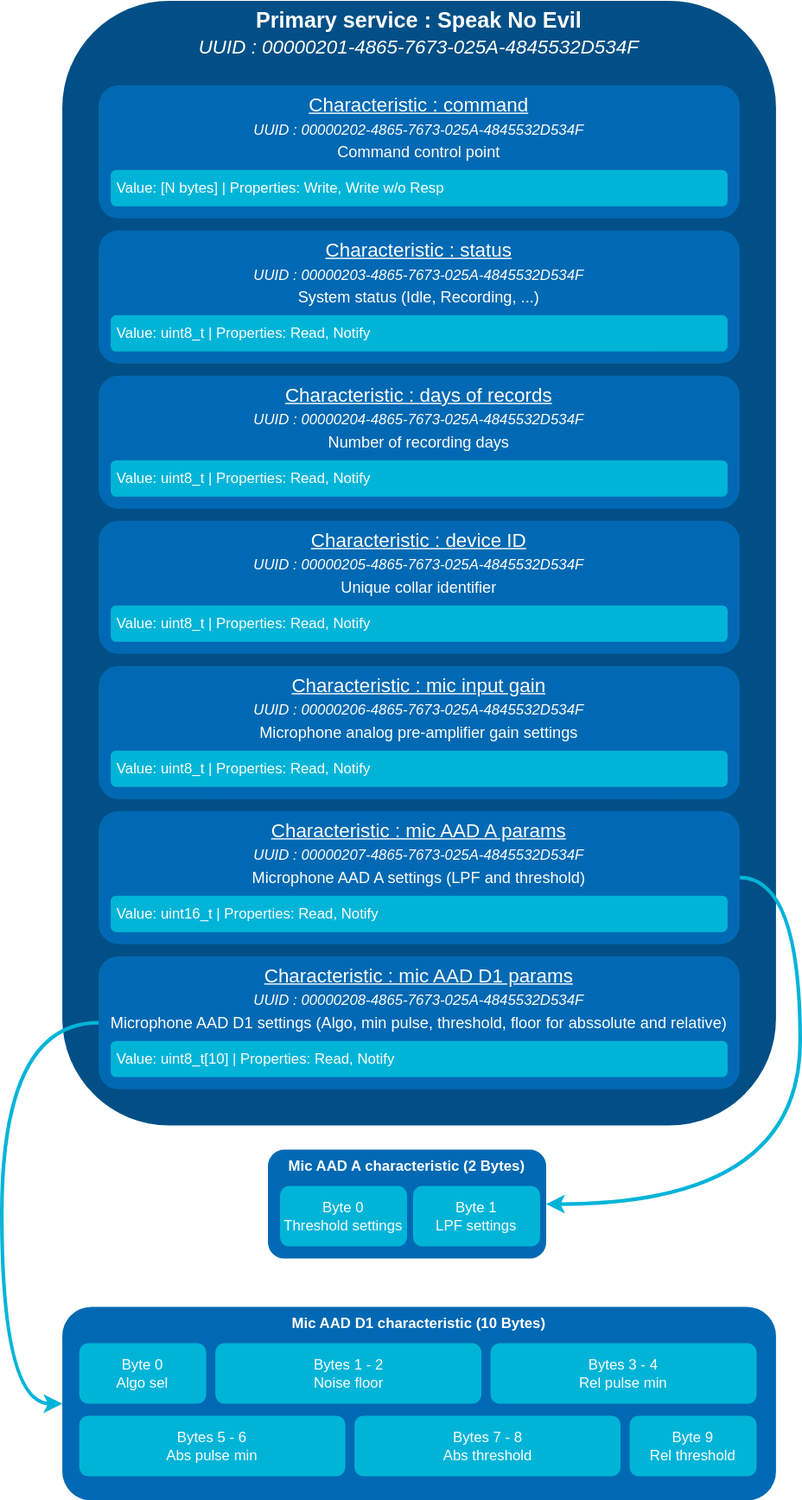
This is 01-Report/diagram/snes.drawio.svg from DrinkDark/Master_TM_DataCollar, a draw.io export, as it was before one commit. Source tidied: cells renumbered, new cells last; positions are measured from the earlier drawing's top-left corner, leaving out a move shared by most shapes. The source it was exported from:
```xml
<mxGraphModel>
  <root>
    <mxCell id="0" />
    <mxCell id="1" parent="0" />
    <mxCell id="2" value="&lt;font color=&quot;#ffffff&quot;&gt;&lt;font style=&quot;font-size: 18px;&quot;&gt;&lt;b&gt;Primary service : Speak No Evil&lt;/b&gt;&lt;/font&gt;&lt;br&gt;&lt;i&gt;UUID :&amp;nbsp;00000201-4865-7673-025A-4845532D534F&lt;/i&gt;&lt;/font&gt;" style="rounded=1;whiteSpace=wrap;html=1;horizontal=1;verticalAlign=top;fontSize=16;strokeColor=none;fillColor=#014F86;" parent="1" vertex="1">
      <mxGeometry x="50" width="590" height="930" as="geometry" />
    </mxCell>
    <mxCell id="3" value="&lt;font color=&quot;#ffffff&quot;&gt;&lt;u&gt;C&lt;/u&gt;&lt;/font&gt;&lt;u style=&quot;color: rgb(255, 255, 255);&quot;&gt;haracteristic : c&lt;/u&gt;&lt;font color=&quot;#ffffff&quot;&gt;&lt;u&gt;ommand&lt;/u&gt;&lt;br&gt;&lt;i&gt;&lt;font style=&quot;font-size: 12px;&quot;&gt;UUID :&amp;nbsp;00000202-4865-7673-025A-4845532D534F&lt;/font&gt;&lt;/i&gt;&lt;u&gt;&lt;br&gt;&lt;/u&gt;&lt;/font&gt;&lt;div style=&quot;&quot;&gt;&lt;font color=&quot;#ffffff&quot; style=&quot;font-size: 13px;&quot;&gt;Command control point&lt;/font&gt;&lt;br&gt;&lt;/div&gt;" style="rounded=1;whiteSpace=wrap;html=1;verticalAlign=top;fontSize=16;strokeColor=none;fillColor=#0169B3;gradientColor=none;" parent="1" vertex="1">
      <mxGeometry x="80" y="70" width="530" height="110" as="geometry" />
    </mxCell>
    <mxCell id="4" value="&lt;span style=&quot;&quot;&gt;&lt;font color=&quot;#ffffff&quot;&gt;&amp;nbsp;Value: [N bytes] | Properties: Write, Write w/o Resp&lt;/font&gt;&lt;/span&gt;" style="rounded=1;whiteSpace=wrap;html=1;align=left;strokeColor=none;fillColor=#00b4d8;" parent="1" vertex="1">
      <mxGeometry x="90" y="140" width="510" height="30" as="geometry" />
    </mxCell>
    <mxCell id="5" value="&lt;font color=&quot;#ffffff&quot;&gt;&lt;u&gt;C&lt;/u&gt;&lt;/font&gt;&lt;u style=&quot;color: rgb(255, 255, 255);&quot;&gt;haracteristic :&amp;nbsp;s&lt;/u&gt;&lt;font color=&quot;#ffffff&quot;&gt;&lt;u&gt;tatus&lt;/u&gt;&lt;br&gt;&lt;i&gt;&lt;font style=&quot;font-size: 12px;&quot;&gt;UUID :&amp;nbsp;00000203-4865-7673-025A-4845532D534F&lt;/font&gt;&lt;/i&gt;&lt;u&gt;&lt;br&gt;&lt;/u&gt;&lt;/font&gt;&lt;div style=&quot;&quot;&gt;&lt;font color=&quot;#ffffff&quot; style=&quot;font-size: 13px;&quot;&gt;System status (Idle, Recording, ...)&lt;/font&gt;&lt;br&gt;&lt;/div&gt;" style="rounded=1;whiteSpace=wrap;html=1;verticalAlign=top;fontSize=16;strokeColor=none;fillColor=#0169B3;gradientColor=none;" parent="1" vertex="1">
      <mxGeometry x="80" y="190" width="530" height="110" as="geometry" />
    </mxCell>
    <mxCell id="6" value="&lt;font color=&quot;#ffffff&quot;&gt;&amp;nbsp;Value: uint8_t | Properties: Read, Notify&lt;/font&gt;" style="rounded=1;whiteSpace=wrap;html=1;align=left;strokeColor=none;fillColor=#00b4d8;" parent="1" vertex="1">
      <mxGeometry x="90" y="260" width="510" height="30" as="geometry" />
    </mxCell>
    <mxCell id="7" value="&lt;font color=&quot;#ffffff&quot;&gt;&lt;u&gt;C&lt;/u&gt;&lt;/font&gt;&lt;u style=&quot;color: rgb(255, 255, 255);&quot;&gt;haracteristic :&amp;nbsp;&lt;/u&gt;&lt;font color=&quot;#ffffff&quot;&gt;&lt;u&gt;days of records&lt;/u&gt;&lt;br&gt;&lt;i&gt;&lt;font style=&quot;font-size: 12px;&quot;&gt;UUID :&amp;nbsp;00000204-4865-7673-025A-4845532D534F&lt;/font&gt;&lt;/i&gt;&lt;u&gt;&lt;br&gt;&lt;/u&gt;&lt;/font&gt;&lt;div style=&quot;&quot;&gt;&lt;font color=&quot;#ffffff&quot;&gt;&lt;span style=&quot;font-size: 13px;&quot;&gt;Number of recording days&lt;/span&gt;&lt;/font&gt;&lt;/div&gt;" style="rounded=1;whiteSpace=wrap;html=1;verticalAlign=top;fontSize=16;strokeColor=none;fillColor=#0169B3;gradientColor=none;" parent="1" vertex="1">
      <mxGeometry x="80" y="310" width="530" height="110" as="geometry" />
    </mxCell>
    <mxCell id="8" value="&lt;font color=&quot;#ffffff&quot;&gt;&amp;nbsp;Value: uint8_t | Properties: Read, Notify&lt;/font&gt;" style="rounded=1;whiteSpace=wrap;html=1;align=left;strokeColor=none;fillColor=#00b4d8;" parent="1" vertex="1">
      <mxGeometry x="90" y="380" width="510" height="30" as="geometry" />
    </mxCell>
    <mxCell id="9" value="&lt;font color=&quot;#ffffff&quot;&gt;&lt;u&gt;C&lt;/u&gt;&lt;/font&gt;&lt;u style=&quot;color: rgb(255, 255, 255);&quot;&gt;haracteristic :&amp;nbsp;device ID&lt;/u&gt;&lt;font color=&quot;#ffffff&quot;&gt;&lt;br&gt;&lt;i&gt;&lt;font style=&quot;font-size: 12px;&quot;&gt;UUID :&amp;nbsp;00000205-4865-7673-025A-4845532D534F&lt;/font&gt;&lt;/i&gt;&lt;u&gt;&lt;br&gt;&lt;/u&gt;&lt;/font&gt;&lt;div style=&quot;&quot;&gt;&lt;font color=&quot;#ffffff&quot; style=&quot;font-size: 13px;&quot;&gt;Unique collar identifier&lt;/font&gt;&lt;br&gt;&lt;/div&gt;" style="rounded=1;whiteSpace=wrap;html=1;verticalAlign=top;fontSize=16;strokeColor=none;fillColor=#0169B3;gradientColor=none;" parent="1" vertex="1">
      <mxGeometry x="80" y="430" width="530" height="110" as="geometry" />
    </mxCell>
    <mxCell id="10" value="&lt;font color=&quot;#ffffff&quot;&gt;&amp;nbsp;Value: uint8_t | Properties: Read, Notify&lt;/font&gt;" style="rounded=1;whiteSpace=wrap;html=1;align=left;strokeColor=none;fillColor=#00b4d8;" parent="1" vertex="1">
      <mxGeometry x="90" y="500" width="510" height="30" as="geometry" />
    </mxCell>
    <mxCell id="11" value="&lt;font color=&quot;#ffffff&quot;&gt;&lt;u&gt;C&lt;/u&gt;&lt;/font&gt;&lt;u style=&quot;color: rgb(255, 255, 255);&quot;&gt;haracteristic :&amp;nbsp;mic input gain&lt;br&gt;&lt;/u&gt;&lt;font color=&quot;#ffffff&quot;&gt;&lt;i&gt;&lt;font style=&quot;font-size: 12px;&quot;&gt;UUID :&amp;nbsp;00000206-4865-7673-025A-4845532D534F&lt;/font&gt;&lt;/i&gt;&lt;u&gt;&lt;br&gt;&lt;/u&gt;&lt;/font&gt;&lt;div style=&quot;&quot;&gt;&lt;font color=&quot;#ffffff&quot; style=&quot;font-size: 13px;&quot;&gt;Microphone analog pre-amplifier gain settings&lt;/font&gt;&lt;br&gt;&lt;/div&gt;" style="rounded=1;whiteSpace=wrap;html=1;verticalAlign=top;fontSize=16;strokeColor=none;fillColor=#0169B3;gradientColor=none;" parent="1" vertex="1">
      <mxGeometry x="80" y="550" width="530" height="110" as="geometry" />
    </mxCell>
    <mxCell id="12" value="&lt;font color=&quot;#ffffff&quot;&gt;&amp;nbsp;Value: uint8_t | Properties: Read, Notify&lt;/font&gt;" style="rounded=1;whiteSpace=wrap;html=1;align=left;strokeColor=none;fillColor=#00b4d8;" parent="1" vertex="1">
      <mxGeometry x="90" y="620" width="510" height="30" as="geometry" />
    </mxCell>
    <mxCell id="13" style="edgeStyle=orthogonalEdgeStyle;rounded=0;jettySize=auto;html=1;exitX=1;exitY=0.5;exitDx=0;exitDy=0;entryX=1;entryY=0.5;entryDx=0;entryDy=0;curved=1;strokeWidth=3;strokeColor=#00B4D8;" parent="1" edge="1" source="14" target="19">
      <mxGeometry relative="1" as="geometry">
        <Array as="points">
          <mxPoint x="660" y="725" />
          <mxPoint x="660" y="995" />
        </Array>
      </mxGeometry>
    </mxCell>
    <mxCell id="14" value="&lt;font color=&quot;#ffffff&quot;&gt;&lt;u&gt;C&lt;/u&gt;&lt;/font&gt;&lt;u style=&quot;color: rgb(255, 255, 255);&quot;&gt;haracteristic :&amp;nbsp;mic AAD A params&lt;br&gt;&lt;/u&gt;&lt;font color=&quot;#ffffff&quot;&gt;&lt;i&gt;&lt;font style=&quot;font-size: 12px;&quot;&gt;UUID :&amp;nbsp;00000207-4865-7673-025A-4845532D534F&lt;/font&gt;&lt;/i&gt;&lt;u&gt;&lt;br&gt;&lt;/u&gt;&lt;/font&gt;&lt;div style=&quot;&quot;&gt;&lt;font color=&quot;#ffffff&quot; style=&quot;font-size: 13px;&quot;&gt;Microphone AAD A settings (LPF and threshold)&lt;/font&gt;&lt;br&gt;&lt;/div&gt;" style="rounded=1;whiteSpace=wrap;html=1;verticalAlign=top;fontSize=16;strokeColor=none;fillColor=#0169B3;gradientColor=none;" parent="1" vertex="1">
      <mxGeometry x="80" y="670" width="530" height="110" as="geometry" />
    </mxCell>
    <mxCell id="15" value="&lt;font color=&quot;#ffffff&quot;&gt;&amp;nbsp;Value: uint16_t | Properties: Read, Notify&lt;/font&gt;" style="rounded=1;whiteSpace=wrap;html=1;align=left;strokeColor=none;fillColor=#00b4d8;" parent="1" vertex="1">
      <mxGeometry x="90" y="740" width="510" height="30" as="geometry" />
    </mxCell>
    <mxCell id="16" style="edgeStyle=orthogonalEdgeStyle;rounded=0;jettySize=auto;html=1;exitX=0;exitY=0.5;exitDx=0;exitDy=0;entryX=0;entryY=0.5;entryDx=0;entryDy=0;curved=1;strokeWidth=3;strokeColor=#00B4D8;" parent="1" edge="1" source="17" target="22">
      <mxGeometry relative="1" as="geometry">
        <Array as="points">
          <mxPoint y="845" />
          <mxPoint y="1160" />
        </Array>
      </mxGeometry>
    </mxCell>
    <mxCell id="17" value="&lt;font color=&quot;#ffffff&quot;&gt;&lt;u&gt;C&lt;/u&gt;&lt;/font&gt;&lt;u style=&quot;color: rgb(255, 255, 255);&quot;&gt;haracteristic :&amp;nbsp;mic AAD D1 params&lt;/u&gt;&lt;font color=&quot;#ffffff&quot;&gt;&lt;br&gt;&lt;i&gt;&lt;font style=&quot;font-size: 12px;&quot;&gt;UUID :&amp;nbsp;00000208-4865-7673-025A-4845532D534F&lt;/font&gt;&lt;/i&gt;&lt;u&gt;&lt;br&gt;&lt;/u&gt;&lt;/font&gt;&lt;div style=&quot;&quot;&gt;&lt;span style=&quot;color: rgb(255, 255, 255); font-size: 13px;&quot;&gt;Microphone AAD D1 settings (Algo, min pulse, threshold, floor for abssolute and relative)&lt;/span&gt;&lt;br&gt;&lt;/div&gt;" style="rounded=1;whiteSpace=wrap;html=1;verticalAlign=top;fontSize=16;strokeColor=none;fillColor=#0169B3;gradientColor=none;" parent="1" vertex="1">
      <mxGeometry x="80" y="790" width="530" height="110" as="geometry" />
    </mxCell>
    <mxCell id="18" value="&lt;font color=&quot;#ffffff&quot;&gt;&amp;nbsp;Value: uint8_t[10] | Properties: Read, Notify&lt;/font&gt;" style="rounded=1;whiteSpace=wrap;html=1;align=left;strokeColor=none;fillColor=#00b4d8;" parent="1" vertex="1">
      <mxGeometry x="90" y="860" width="510" height="30" as="geometry" />
    </mxCell>
    <mxCell id="19" value="&lt;span style=&quot;font-weight: 700;&quot;&gt;&lt;font color=&quot;#ffffff&quot;&gt;Mic AAD A characteristic (2 Bytes)&lt;/font&gt;&lt;/span&gt;" style="rounded=1;whiteSpace=wrap;html=1;verticalAlign=top;fillColor=#0169B3;strokeColor=none;" parent="1" vertex="1">
      <mxGeometry x="220" y="950" width="230" height="90" as="geometry" />
    </mxCell>
    <mxCell id="20" value="&lt;font color=&quot;#ffffff&quot;&gt;Byte 0&lt;br&gt;Threshold settings&lt;/font&gt;" style="rounded=1;whiteSpace=wrap;html=1;fillColor=#00B4D8;strokeColor=none;" parent="1" vertex="1">
      <mxGeometry x="230" y="980" width="105" height="50" as="geometry" />
    </mxCell>
    <mxCell id="21" value="&lt;font color=&quot;#ffffff&quot;&gt;Byte 1&lt;br&gt;LPF settings&lt;/font&gt;" style="rounded=1;whiteSpace=wrap;html=1;fillColor=#00B4D8;strokeColor=none;" parent="1" vertex="1">
      <mxGeometry x="340" y="980" width="105" height="50" as="geometry" />
    </mxCell>
    <mxCell id="22" value="&lt;span style=&quot;font-weight: 700;&quot;&gt;&lt;font color=&quot;#ffffff&quot;&gt;Mic AAD D1 characteristic (10 Bytes)&lt;/font&gt;&lt;/span&gt;" style="rounded=1;whiteSpace=wrap;html=1;verticalAlign=top;fillColor=#0169B3;strokeColor=none;" parent="1" vertex="1">
      <mxGeometry x="50" y="1080" width="590" height="160" as="geometry" />
    </mxCell>
    <mxCell id="23" value="&lt;font color=&quot;#ffffff&quot;&gt;Byte 0&lt;br&gt;Algo sel&lt;/font&gt;" style="rounded=1;whiteSpace=wrap;html=1;fillColor=#00B4D8;strokeColor=none;" parent="1" vertex="1">
      <mxGeometry x="64" y="1110" width="105" height="50" as="geometry" />
    </mxCell>
    <mxCell id="24" value="&lt;font color=&quot;#ffffff&quot;&gt;Bytes 1 - 2&lt;br&gt;Noise floor&lt;br&gt;&lt;/font&gt;" style="rounded=1;whiteSpace=wrap;html=1;fillColor=#00B4D8;strokeColor=none;" parent="1" vertex="1">
      <mxGeometry x="176.5" y="1110" width="220" height="50" as="geometry" />
    </mxCell>
    <mxCell id="25" value="&lt;font color=&quot;#ffffff&quot;&gt;Bytes 3 - 4&lt;br&gt;Rel pulse min&lt;/font&gt;" style="rounded=1;whiteSpace=wrap;html=1;fillColor=#00B4D8;strokeColor=none;" parent="1" vertex="1">
      <mxGeometry x="404" y="1110" width="220" height="50" as="geometry" />
    </mxCell>
    <mxCell id="26" value="&lt;font color=&quot;#ffffff&quot;&gt;Bytes 5 - 6&lt;br&gt;Abs pulse min&lt;/font&gt;" style="rounded=1;whiteSpace=wrap;html=1;fillColor=#00B4D8;strokeColor=none;" parent="1" vertex="1">
      <mxGeometry x="64" y="1170" width="220" height="50" as="geometry" />
    </mxCell>
    <mxCell id="27" value="&lt;font color=&quot;#ffffff&quot;&gt;Bytes 7 - 8&lt;br&gt;Abs threshold&lt;/font&gt;" style="rounded=1;whiteSpace=wrap;html=1;fillColor=#00B4D8;strokeColor=none;" parent="1" vertex="1">
      <mxGeometry x="291.5" y="1170" width="220" height="50" as="geometry" />
    </mxCell>
    <mxCell id="28" value="&lt;font color=&quot;#ffffff&quot;&gt;Byte 9&lt;br&gt;Rel threshold&lt;/font&gt;" style="rounded=1;whiteSpace=wrap;html=1;fillColor=#00B4D8;strokeColor=none;" parent="1" vertex="1">
      <mxGeometry x="519" y="1170" width="105" height="50" as="geometry" />
    </mxCell>
  </root>
</mxGraphModel>
```
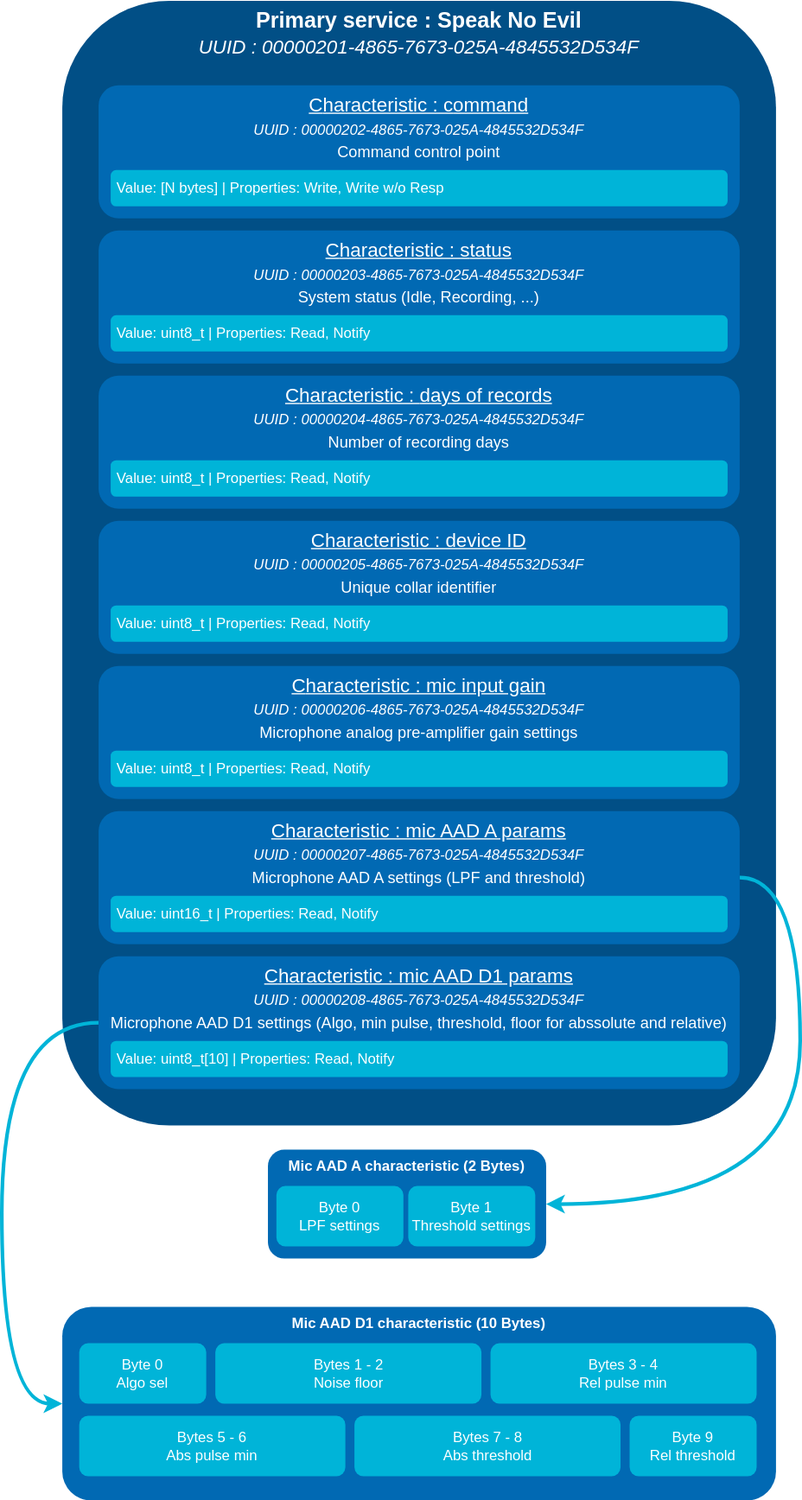
The same diagram one commit later.

What changed in the source:
```diff
@@ -66,11 +66,11 @@
     <mxCell id="19" value="&lt;span style=&quot;font-weight: 700;&quot;&gt;&lt;font color=&quot;#ffffff&quot;&gt;Mic AAD A characteristic (2 Bytes)&lt;/font&gt;&lt;/span&gt;" style="rounded=1;whiteSpace=wrap;html=1;verticalAlign=top;fillColor=#0169B3;strokeColor=none;" parent="1" vertex="1">
       <mxGeometry x="220" y="950" width="230" height="90" as="geometry" />
     </mxCell>
-    <mxCell id="20" value="&lt;font color=&quot;#ffffff&quot;&gt;Byte 0&lt;br&gt;Threshold settings&lt;/font&gt;" style="rounded=1;whiteSpace=wrap;html=1;fillColor=#00B4D8;strokeColor=none;" parent="1" vertex="1">
-      <mxGeometry x="230" y="980" width="105" height="50" as="geometry" />
+    <mxCell id="20" value="&lt;font color=&quot;#ffffff&quot;&gt;Byte 1&lt;br&gt;Threshold settings&lt;/font&gt;" style="rounded=1;whiteSpace=wrap;html=1;fillColor=#00B4D8;strokeColor=none;" parent="1" vertex="1">
+      <mxGeometry x="336" y="980" width="105" height="50" as="geometry" />
     </mxCell>
-    <mxCell id="21" value="&lt;font color=&quot;#ffffff&quot;&gt;Byte 1&lt;br&gt;LPF settings&lt;/font&gt;" style="rounded=1;whiteSpace=wrap;html=1;fillColor=#00B4D8;strokeColor=none;" parent="1" vertex="1">
-      <mxGeometry x="340" y="980" width="105" height="50" as="geometry" />
+    <mxCell id="21" value="&lt;font color=&quot;#ffffff&quot;&gt;Byte 0&lt;br&gt;LPF settings&lt;/font&gt;" style="rounded=1;whiteSpace=wrap;html=1;fillColor=#00B4D8;strokeColor=none;" parent="1" vertex="1">
+      <mxGeometry x="227" y="980" width="105" height="50" as="geometry" />
     </mxCell>
     <mxCell id="22" value="&lt;span style=&quot;font-weight: 700;&quot;&gt;&lt;font color=&quot;#ffffff&quot;&gt;Mic AAD D1 characteristic (10 Bytes)&lt;/font&gt;&lt;/span&gt;" style="rounded=1;whiteSpace=wrap;html=1;verticalAlign=top;fillColor=#0169B3;strokeColor=none;" parent="1" vertex="1">
       <mxGeometry x="50" y="1080" width="590" height="160" as="geometry" />
```
